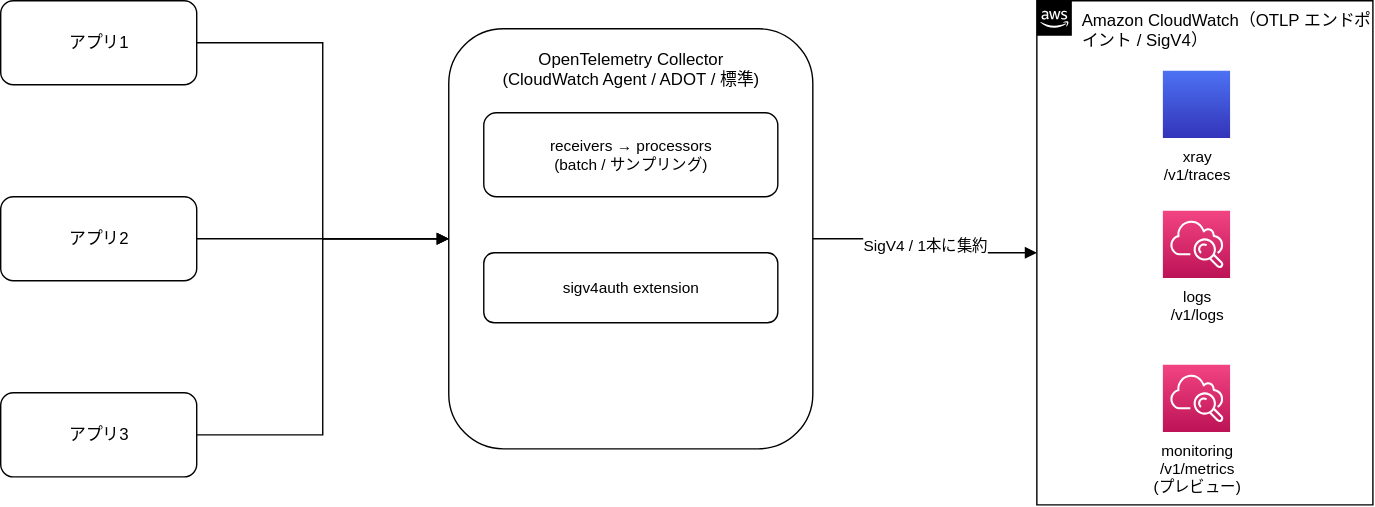
The draw.io diagram images/aws-otel-2026/03_route_b.drawio.svg in nnydtmg/zenn-articles, before a commit. Source tidied: cells renumbered, new cells last; positions are measured from the earlier drawing's top-left corner, leaving out a move shared by most shapes. Its diagram source:
```xml
<mxGraphModel>
  <root>
    <mxCell id="0" />
    <mxCell id="1" parent="0" />
    <mxCell id="2" value="アプリ1" style="rounded=1;whiteSpace=wrap;html=1;fillColor=#ffffff;strokeColor=#000000;fontSize=12;" parent="1" vertex="1">
      <mxGeometry width="140" height="60" as="geometry" />
    </mxCell>
    <mxCell id="3" value="アプリ2" style="rounded=1;whiteSpace=wrap;html=1;fillColor=#ffffff;strokeColor=#000000;fontSize=12;" parent="1" vertex="1">
      <mxGeometry y="140" width="140" height="60" as="geometry" />
    </mxCell>
    <mxCell id="4" value="アプリ3" style="rounded=1;whiteSpace=wrap;html=1;fillColor=#ffffff;strokeColor=#000000;fontSize=12;" parent="1" vertex="1">
      <mxGeometry y="280" width="140" height="60" as="geometry" />
    </mxCell>
    <mxCell id="5" value="OpenTelemetry Collector&#10;(CloudWatch Agent / ADOT / 標準)" style="rounded=1;whiteSpace=wrap;html=1;fillColor=#ffffff;strokeColor=#000000;fontSize=12;verticalAlign=top;spacingTop=8;" parent="1" vertex="1">
      <mxGeometry x="320" y="20" width="260" height="300" as="geometry" />
    </mxCell>
    <mxCell id="6" value="receivers → processors&#10;(batch / サンプリング)" style="rounded=1;whiteSpace=wrap;html=1;fillColor=#ffffff;strokeColor=#000000;fontSize=11;" parent="1" vertex="1">
      <mxGeometry x="345" y="80" width="210" height="60" as="geometry" />
    </mxCell>
    <mxCell id="7" value="sigv4auth extension" style="rounded=1;whiteSpace=wrap;html=1;fillColor=#ffffff;strokeColor=#000000;fontSize=11;" parent="1" vertex="1">
      <mxGeometry x="345" y="180" width="210" height="50" as="geometry" />
    </mxCell>
    <mxCell id="8" value="Amazon CloudWatch（OTLP エンドポイント / SigV4）" style="points=[[0,0],[0.25,0],[0.5,0],[0.75,0],[1,0],[1,0.25],[1,0.5],[1,0.75],[1,1],[0.75,1],[0.5,1],[0.25,1],[0,1],[0,0.75],[0,0.5],[0,0.25]];outlineConnect=0;gradientColor=none;html=1;whiteSpace=wrap;fontSize=12;fontStyle=0;shape=mxgraph.aws4.group;grIcon=mxgraph.aws4.group_aws_cloud_alt;strokeColor=#000000;fillColor=none;verticalAlign=top;align=left;spacingLeft=30;fontColor=#000000;dashed=0;" parent="1" vertex="1">
      <mxGeometry x="740" width="240" height="360" as="geometry" />
    </mxCell>
    <mxCell id="9" value="xray&#10;/v1/traces" style="sketch=0;fontColor=#000000;gradientColor=#4D72F3;gradientDirection=north;fillColor=#3334B9;strokeColor=#ffffff;dashed=0;verticalLabelPosition=bottom;verticalAlign=top;align=center;html=1;fontSize=11;fontStyle=0;shape=mxgraph.aws4.resourceIcon;resIcon=mxgraph.aws4.x_ray;" parent="8" vertex="1">
      <mxGeometry x="90" y="50" width="48" height="48" as="geometry" />
    </mxCell>
    <mxCell id="10" value="logs&#10;/v1/logs" style="sketch=0;fontColor=#000000;gradientColor=#F34482;gradientDirection=north;fillColor=#BC1356;strokeColor=#ffffff;dashed=0;verticalLabelPosition=bottom;verticalAlign=top;align=center;html=1;fontSize=11;fontStyle=0;shape=mxgraph.aws4.resourceIcon;resIcon=mxgraph.aws4.cloudwatch;" parent="8" vertex="1">
      <mxGeometry x="90" y="150" width="48" height="48" as="geometry" />
    </mxCell>
    <mxCell id="11" value="monitoring&#10;/v1/metrics&#10;(プレビュー)" style="sketch=0;fontColor=#000000;gradientColor=#F34482;gradientDirection=north;fillColor=#BC1356;strokeColor=#ffffff;dashed=0;verticalLabelPosition=bottom;verticalAlign=top;align=center;html=1;fontSize=11;fontStyle=0;shape=mxgraph.aws4.resourceIcon;resIcon=mxgraph.aws4.cloudwatch;" parent="8" vertex="1">
      <mxGeometry x="90" y="260" width="48" height="48" as="geometry" />
    </mxCell>
    <mxCell id="12" style="edgeStyle=orthogonalEdgeStyle;rounded=0;html=1;endArrow=block;" parent="1" edge="1" source="2" target="5">
      <mxGeometry relative="1" as="geometry" />
    </mxCell>
    <mxCell id="13" style="edgeStyle=orthogonalEdgeStyle;rounded=0;html=1;endArrow=block;" parent="1" edge="1" source="3" target="5">
      <mxGeometry relative="1" as="geometry" />
    </mxCell>
    <mxCell id="14" style="edgeStyle=orthogonalEdgeStyle;rounded=0;html=1;endArrow=block;" parent="1" edge="1" source="4" target="5">
      <mxGeometry relative="1" as="geometry" />
    </mxCell>
    <mxCell id="15" value="SigV4 / 1本に集約" style="edgeStyle=orthogonalEdgeStyle;rounded=0;html=1;endArrow=block;fontSize=11;" parent="1" edge="1" source="5" target="8">
      <mxGeometry relative="1" as="geometry" />
    </mxCell>
  </root>
</mxGraphModel>
```
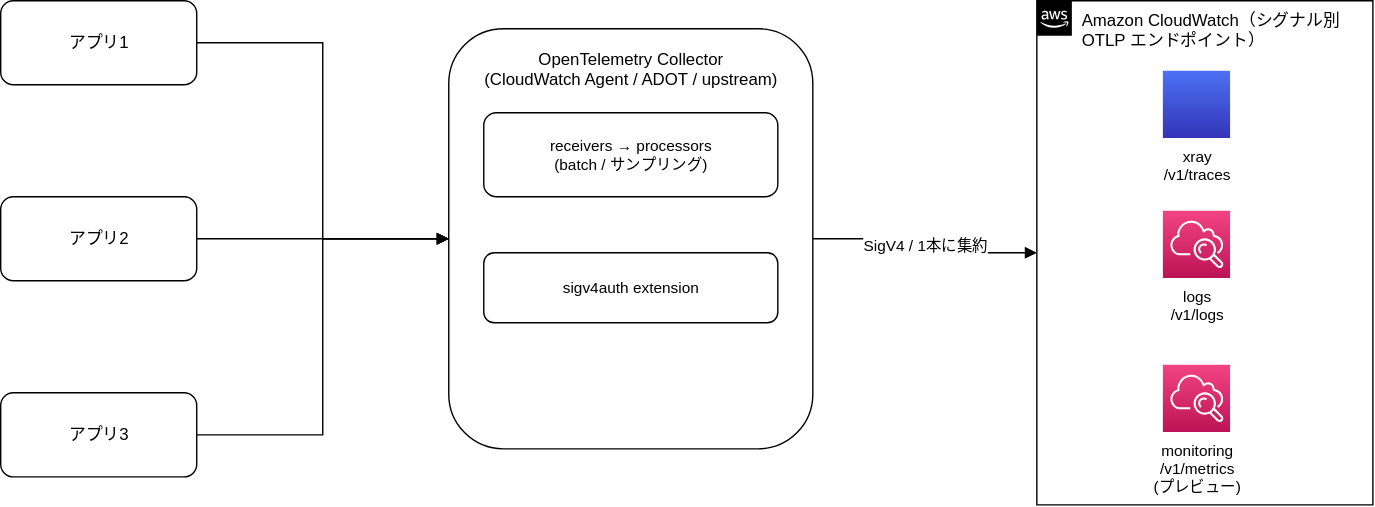
Above is the later version.

Commit message:
docs: OTel構成図のdrawioソースを同期 (#9)

Diff of the diagram source:
```diff
@@ -11,7 +11,7 @@
     <mxCell id="4" value="アプリ3" style="rounded=1;whiteSpace=wrap;html=1;fillColor=#ffffff;strokeColor=#000000;fontSize=12;" parent="1" vertex="1">
       <mxGeometry y="280" width="140" height="60" as="geometry" />
     </mxCell>
-    <mxCell id="5" value="OpenTelemetry Collector&#10;(CloudWatch Agent / ADOT / 標準)" style="rounded=1;whiteSpace=wrap;html=1;fillColor=#ffffff;strokeColor=#000000;fontSize=12;verticalAlign=top;spacingTop=8;" parent="1" vertex="1">
+    <mxCell id="5" value="OpenTelemetry Collector&#10;(CloudWatch Agent / ADOT / upstream)" style="rounded=1;whiteSpace=wrap;html=1;fillColor=#ffffff;strokeColor=#000000;fontSize=12;verticalAlign=top;spacingTop=8;" parent="1" vertex="1">
       <mxGeometry x="320" y="20" width="260" height="300" as="geometry" />
     </mxCell>
     <mxCell id="6" value="receivers → processors&#10;(batch / サンプリング)" style="rounded=1;whiteSpace=wrap;html=1;fillColor=#ffffff;strokeColor=#000000;fontSize=11;" parent="1" vertex="1">
@@ -20,7 +20,7 @@
     <mxCell id="7" value="sigv4auth extension" style="rounded=1;whiteSpace=wrap;html=1;fillColor=#ffffff;strokeColor=#000000;fontSize=11;" parent="1" vertex="1">
       <mxGeometry x="345" y="180" width="210" height="50" as="geometry" />
     </mxCell>
-    <mxCell id="8" value="Amazon CloudWatch（OTLP エンドポイント / SigV4）" style="points=[[0,0],[0.25,0],[0.5,0],[0.75,0],[1,0],[1,0.25],[1,0.5],[1,0.75],[1,1],[0.75,1],[0.5,1],[0.25,1],[0,1],[0,0.75],[0,0.5],[0,0.25]];outlineConnect=0;gradientColor=none;html=1;whiteSpace=wrap;fontSize=12;fontStyle=0;shape=mxgraph.aws4.group;grIcon=mxgraph.aws4.group_aws_cloud_alt;strokeColor=#000000;fillColor=none;verticalAlign=top;align=left;spacingLeft=30;fontColor=#000000;dashed=0;" parent="1" vertex="1">
+    <mxCell id="8" value="Amazon CloudWatch（シグナル別 OTLP エンドポイント）" style="points=[[0,0],[0.25,0],[0.5,0],[0.75,0],[1,0],[1,0.25],[1,0.5],[1,0.75],[1,1],[0.75,1],[0.5,1],[0.25,1],[0,1],[0,0.75],[0,0.5],[0,0.25]];outlineConnect=0;gradientColor=none;html=1;whiteSpace=wrap;fontSize=12;fontStyle=0;shape=mxgraph.aws4.group;grIcon=mxgraph.aws4.group_aws_cloud_alt;strokeColor=#000000;fillColor=none;verticalAlign=top;align=left;spacingLeft=30;fontColor=#000000;dashed=0;" parent="1" vertex="1">
       <mxGeometry x="740" width="240" height="360" as="geometry" />
     </mxCell>
     <mxCell id="9" value="xray&#10;/v1/traces" style="sketch=0;fontColor=#000000;gradientColor=#4D72F3;gradientDirection=north;fillColor=#3334B9;strokeColor=#ffffff;dashed=0;verticalLabelPosition=bottom;verticalAlign=top;align=center;html=1;fontSize=11;fontStyle=0;shape=mxgraph.aws4.resourceIcon;resIcon=mxgraph.aws4.x_ray;" parent="8" vertex="1">
```
